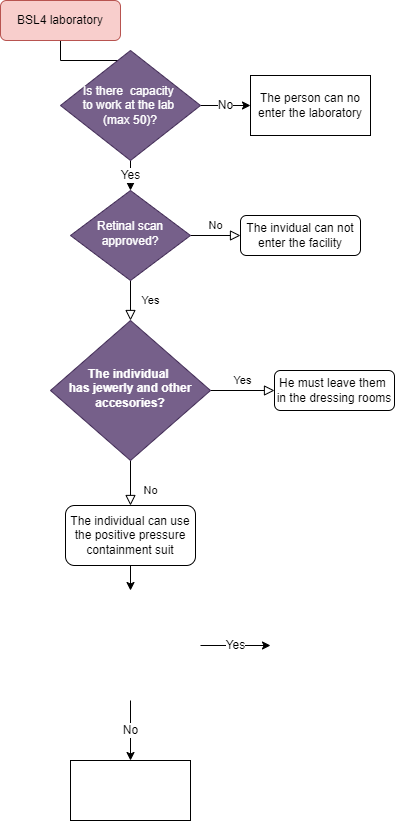
This is Final.png from dosterbank/draws, a draw.io export, as it was before one commit. Source tidied: cells renumbered, new cells last; positions are measured from the earlier drawing's top-left corner, leaving out a move shared by most shapes.
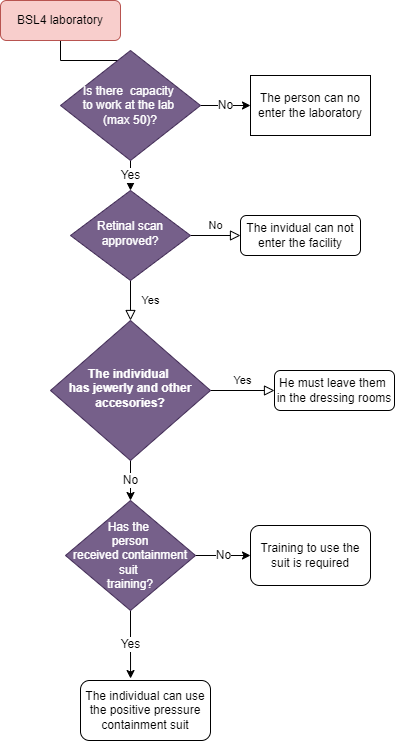
The same file after the commit.

What changed in the source:
```diff
@@ -20,40 +20,21 @@
     <mxCell id="7" value="The invidual can not enter the facility" style="rounded=1;whiteSpace=wrap;html=1;fontSize=12;glass=0;strokeWidth=1;shadow=0;" parent="1" vertex="1">
       <mxGeometry x="240" y="215" width="120" height="40" as="geometry" />
     </mxCell>
-    <mxCell id="8" value="No" style="rounded=0;html=1;jettySize=auto;fontSize=11;endArrow=block;endFill=0;endSize=8;strokeWidth=1;shadow=0;labelBackgroundColor=none;edgeStyle=orthogonalEdgeStyle;" parent="1" edge="1" source="10" target="12">
-      <mxGeometry x="0.33" y="20" relative="1" as="geometry" />
-    </mxCell>
     <mxCell id="9" value="Yes" style="edgeStyle=orthogonalEdgeStyle;rounded=0;html=1;jettySize=auto;fontSize=11;endArrow=block;endFill=0;endSize=8;strokeWidth=1;shadow=0;labelBackgroundColor=none;" parent="1" edge="1" source="10" target="13">
       <mxGeometry y="10" relative="1" as="geometry" />
     </mxCell>
+    <mxCell id="21" value="No" style="edgeStyle=orthogonalEdgeStyle;rounded=0;jettySize=auto;html=1;entryX=0.5;entryY=0;entryDx=0;entryDy=0;fontSize=12;" parent="1" edge="1" source="10" target="23">
+      <mxGeometry relative="1" as="geometry" />
+    </mxCell>
     <mxCell id="10" value="&lt;font style=&quot;font-size: 12px;&quot;&gt;&lt;b&gt;The individual &lt;br&gt;has jewerly and other accesories?&lt;/b&gt;&lt;/font&gt;" style="rhombus;whiteSpace=wrap;html=1;shadow=0;fontFamily=Helvetica;fontSize=12;align=center;strokeWidth=1;spacing=6;spacingTop=-4;fillColor=#76608a;strokeColor=#432D57;fontColor=#ffffff;" parent="1" vertex="1">
       <mxGeometry x="50" y="320" width="160" height="140" as="geometry" />
     </mxCell>
-    <mxCell id="11" style="edgeStyle=orthogonalEdgeStyle;rounded=0;jettySize=auto;html=1;entryX=0.5;entryY=0;entryDx=0;entryDy=0;fontSize=12;" parent="1" edge="1" source="12">
-      <mxGeometry relative="1" as="geometry">
-        <mxPoint x="130" y="590" as="targetPoint" />
-      </mxGeometry>
-    </mxCell>
     <mxCell id="12" value="The individual can use the positive pressure containment suit" style="rounded=1;whiteSpace=wrap;html=1;fontSize=12;glass=0;strokeWidth=1;shadow=0;" parent="1" vertex="1">
-      <mxGeometry x="65" y="505" width="130" height="60" as="geometry" />
+      <mxGeometry x="80" y="680" width="130" height="60" as="geometry" />
     </mxCell>
     <mxCell id="13" value="He must leave them&amp;nbsp;&lt;br&gt;in the dressing rooms" style="rounded=1;whiteSpace=wrap;html=1;fontSize=12;glass=0;strokeWidth=1;shadow=0;" parent="1" vertex="1">
       <mxGeometry x="274" y="370" width="120" height="40" as="geometry" />
     </mxCell>
-    <mxCell id="14" value="Yes" style="edgeStyle=orthogonalEdgeStyle;rounded=0;orthogonalLoop=1;jettySize=auto;html=1;fontSize=12;" parent="1" edge="1">
-      <mxGeometry relative="1" as="geometry">
-        <mxPoint x="200" y="645" as="sourcePoint" />
-        <mxPoint x="270" y="645" as="targetPoint" />
-      </mxGeometry>
-    </mxCell>
-    <mxCell id="15" value="No" style="edgeStyle=orthogonalEdgeStyle;rounded=0;jettySize=auto;html=1;fontSize=12;" parent="1" edge="1" target="16">
-      <mxGeometry relative="1" as="geometry">
-        <mxPoint x="130" y="700" as="sourcePoint" />
-      </mxGeometry>
-    </mxCell>
-    <mxCell id="16" style="rounded=0;whiteSpace=wrap;html=1;fontSize=12;" parent="1" vertex="1">
-      <mxGeometry x="70" y="760" width="120" height="60" as="geometry" />
-    </mxCell>
     <mxCell id="17" value="No" style="edgeStyle=orthogonalEdgeStyle;rounded=0;jettySize=auto;html=1;entryX=0;entryY=0.5;entryDx=0;entryDy=0;fontSize=12;" parent="1" edge="1" source="19" target="20">
       <mxGeometry relative="1" as="geometry" />
     </mxCell>
@@ -66,5 +47,17 @@
     <mxCell id="20" value="The person can no enter the laboratory" style="rounded=0;whiteSpace=wrap;html=1;fontSize=12;" parent="1" vertex="1">
       <mxGeometry x="250" y="75" width="120" height="60" as="geometry" />
     </mxCell>
+    <mxCell id="14" value="Yes" style="edgeStyle=orthogonalEdgeStyle;rounded=0;jettySize=auto;html=1;entryX=0.385;entryY=-0.033;entryDx=0;entryDy=0;entryPerimeter=0;fontSize=12;" parent="1" edge="1" source="23" target="12">
+      <mxGeometry relative="1" as="geometry" />
+    </mxCell>
+    <mxCell id="22" value="No" style="edgeStyle=orthogonalEdgeStyle;rounded=0;jettySize=auto;html=1;entryX=0;entryY=0.5;entryDx=0;entryDy=0;fontSize=12;" parent="1" edge="1" source="23" target="24">
+      <mxGeometry relative="1" as="geometry" />
+    </mxCell>
+    <mxCell id="23" value="Has the &lt;br&gt;person&lt;br&gt;received containment suit&amp;nbsp;&lt;br&gt;training?" style="rhombus;whiteSpace=wrap;html=1;fontSize=12;fillColor=#76608a;fontColor=#ffffff;strokeColor=#432D57;" parent="1" vertex="1">
+      <mxGeometry x="65" y="500" width="130" height="110" as="geometry" />
+    </mxCell>
+    <mxCell id="24" value="Training to use the suit is required" style="rounded=1;whiteSpace=wrap;html=1;fontSize=12;" parent="1" vertex="1">
+      <mxGeometry x="250" y="525" width="120" height="60" as="geometry" />
+    </mxCell>
   </root>
 </mxGraphModel>
```
